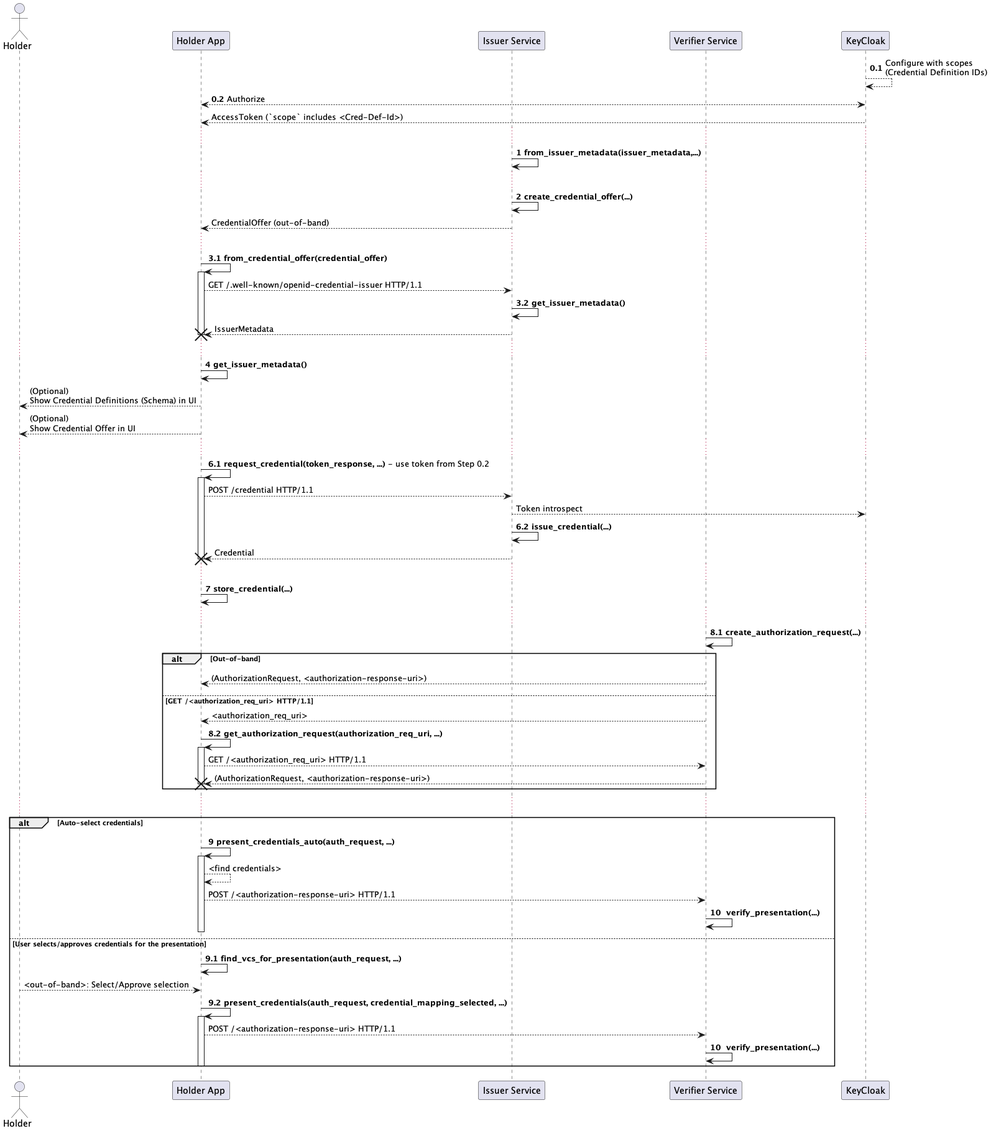
Before: docs/vc-oid4vc-api-auth-code-already-authorized.png, a diagram exported from PlantUML (equs-ai/equs-credentials-sdk). The source it was exported from:
```plantuml
@startuml
!pragma teoz true

autonumber

actor "Holder" as HH
participant "Holder App" as H
participant "Issuer Service" as I
participant "Verifier Service" as V
participant "KeyCloak" as A

autonumber 0.1
A --> A: Configure with scopes\n(Credential Definition IDs)

autonumber 0.2
H <--> A: Authorize
autonumber stop
A --> H: AccessToken (`scope` includes <Cred-Def-Id>)
...

autonumber 1
I -> I: <b>from_issuer_metadata(issuer_metadata,...)

...

autonumber 2
I -> I: <b>create_credential_offer(...)
autonumber stop
I --> H: CredentialOffer (out-of-band)
...

autonumber 3.1
H -> H++: <b>from_credential_offer(credential_offer)
autonumber stop
H --> I: GET /.well-known/openid-credential-issuer HTTP/1.1
autonumber 3.2
I -> I: <b>get_issuer_metadata()
autonumber stop
I --> H: IssuerMetadata
destroy H
...

autonumber 4
H -> H: <b>get_issuer_metadata()
autonumber stop
H --> HH: (Optional)\nShow Credential Definitions (Schema) in UI
H --> HH: (Optional)\nShow Credential Offer in UI
...

autonumber 6.1
H -> H++: <b>request_credential(token_response, ...)</b> - use token from Step 0.2
autonumber stop
H --> I: POST /credential HTTP/1.1
I --> A: Token introspect
autonumber 6.2
I -> I: <b>issue_credential(...)
autonumber stop
I --> H: Credential
destroy H
...

autonumber 7
H -> H: <b>store_credential(...)
...

autonumber 8.1
V -> V: <b>create_authorization_request(...)
autonumber stop

alt Out-of-band
V --> H: (AuthorizationRequest, <authorization-response-uri>)
else GET /<authorization_req_uri> HTTP/1.1
V --> H: <authorization_req_uri>
autonumber 8.2
H -> H++: <b>get_authorization_request(authorization_req_uri, ...)
autonumber stop
H --> V: GET /<authorization_req_uri> HTTP/1.1
V --> H: (AuthorizationRequest, <authorization-response-uri>)
destroy H
end
...


alt Auto-select credentials
autonumber 9
H -> H++: <b>present_credentials_auto(auth_request, ...)
autonumber stop
H --> H: <find credentials>
H --> V:  POST /<authorization-response-uri> HTTP/1.1
autonumber 10
V -> V: <b> verify_presentation(...)
destroy  H

else User selects/approves credentials for the presentation
autonumber 9.1
H -> H: <b>find_vcs_for_presentation(auth_request, ...)
autonumber stop
HH --> H: <out-of-band>: Select/Approve selection
autonumber 9.2
H -> H++: <b>present_credentials(auth_request, credential_mapping_selected, ...)
autonumber stop
H --> V:  POST /<authorization-response-uri> HTTP/1.1
autonumber 10
V -> V: <b> verify_presentation(...)
destroy  H
end


@enduml
```
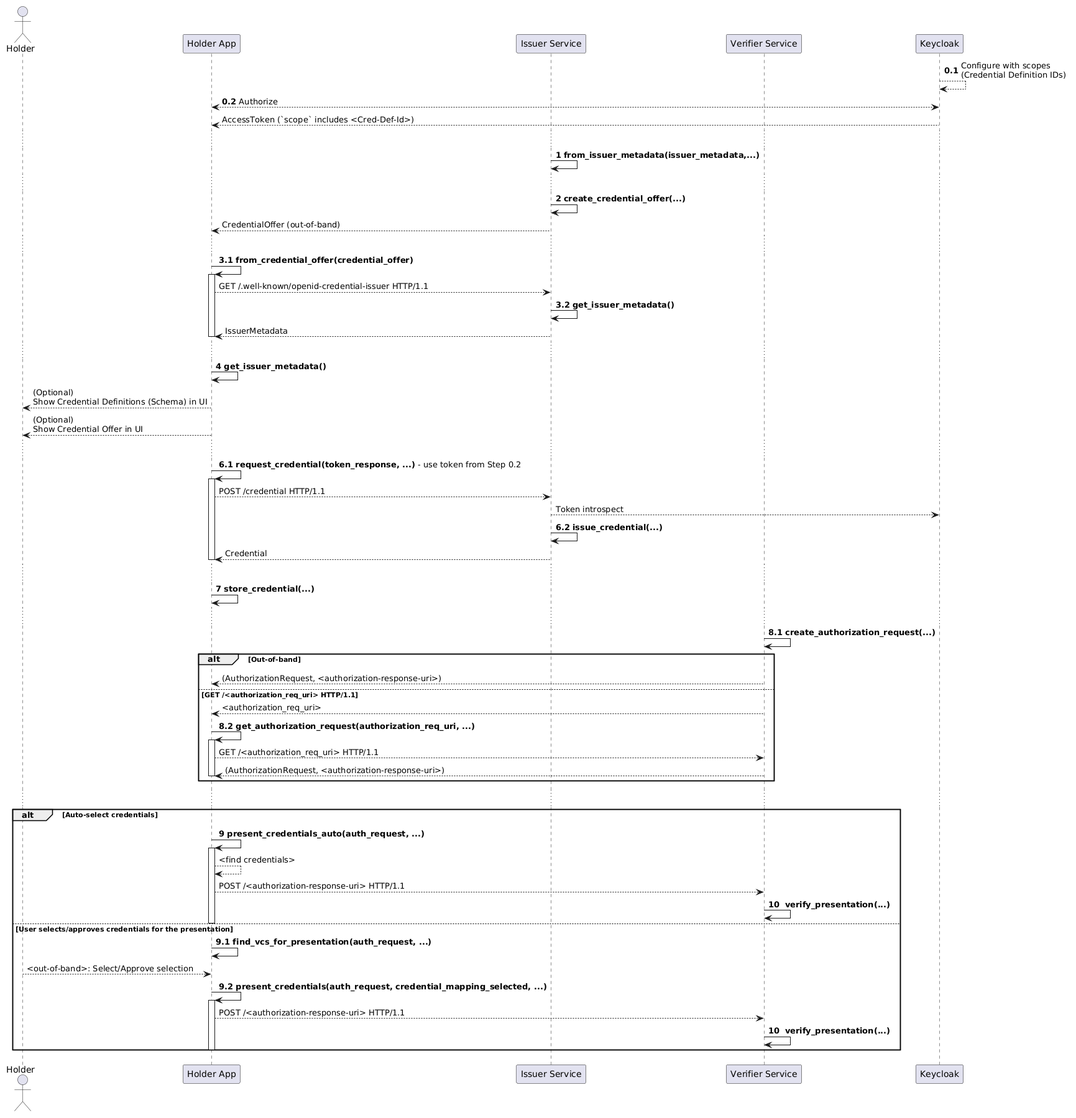
After the change.

Diff of the diagram source:
```diff
@@ -7,7 +7,7 @@
 participant "Holder App" as H
 participant "Issuer Service" as I
 participant "Verifier Service" as V
-participant "KeyCloak" as A
+participant "Keycloak" as A
 
 autonumber 0.1
 A --> A: Configure with scopes\n(Credential Definition IDs)
@@ -37,7 +37,7 @@
 I -> I: <b>get_issuer_metadata()
 autonumber stop
 I --> H: IssuerMetadata
-destroy H
+deactivate H
 ...
 
 autonumber 4
@@ -56,7 +56,7 @@
 I -> I: <b>issue_credential(...)
 autonumber stop
 I --> H: Credential
-destroy H
+deactivate H
 ...
 
 autonumber 7
@@ -76,7 +76,7 @@
 autonumber stop
 H --> V: GET /<authorization_req_uri> HTTP/1.1
 V --> H: (AuthorizationRequest, <authorization-response-uri>)
-destroy H
+deactivate H
 end
 ...
 
@@ -89,7 +89,7 @@
 H --> V:  POST /<authorization-response-uri> HTTP/1.1
 autonumber 10
 V -> V: <b> verify_presentation(...)
-destroy  H
+deactivate H
 
 else User selects/approves credentials for the presentation
 autonumber 9.1
@@ -102,7 +102,7 @@
 H --> V:  POST /<authorization-response-uri> HTTP/1.1
 autonumber 10
 V -> V: <b> verify_presentation(...)
-destroy  H
+deactivate H
 end
 
 
```
